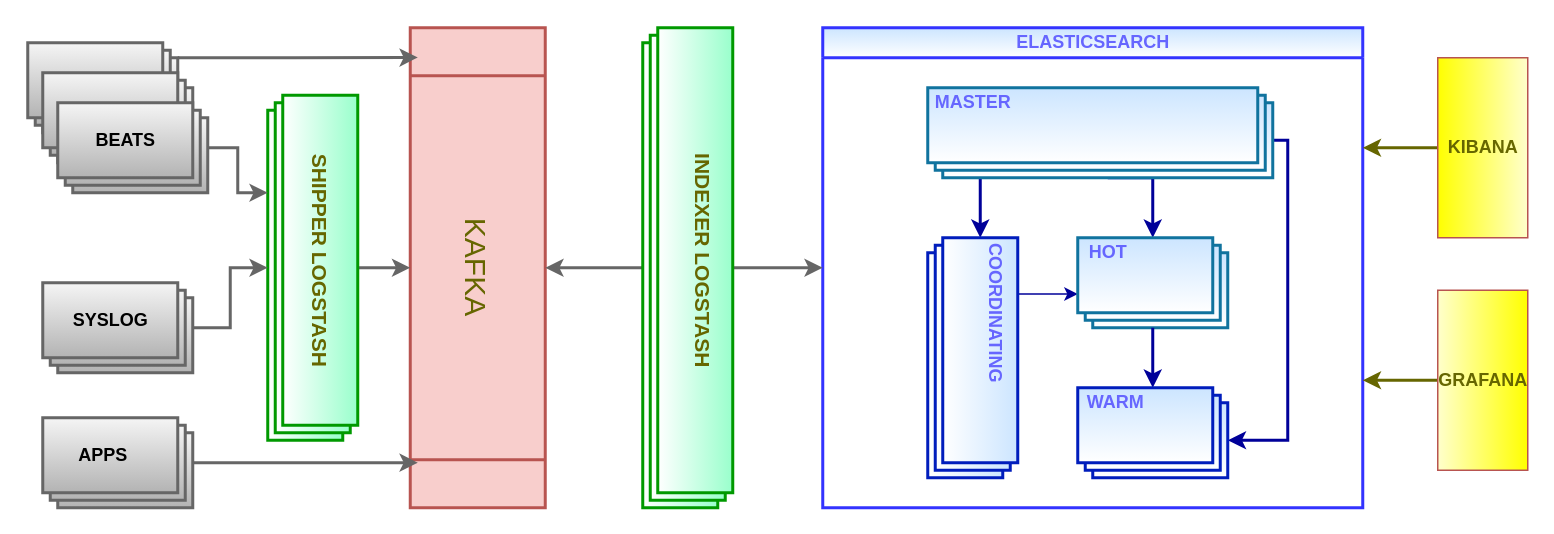
This is ELK with Kafka.drawio from iatalay/drawio-diagrams, a draw.io file, before an edit. Source tidied: cells renumbered, new cells numbered last; positions are measured from the earlier drawing's top-left corner, leaving out a move shared by most shapes. Both pictures are drawn from the tidied source at 150%, with x=0, y=0 at pixel (27, 27).
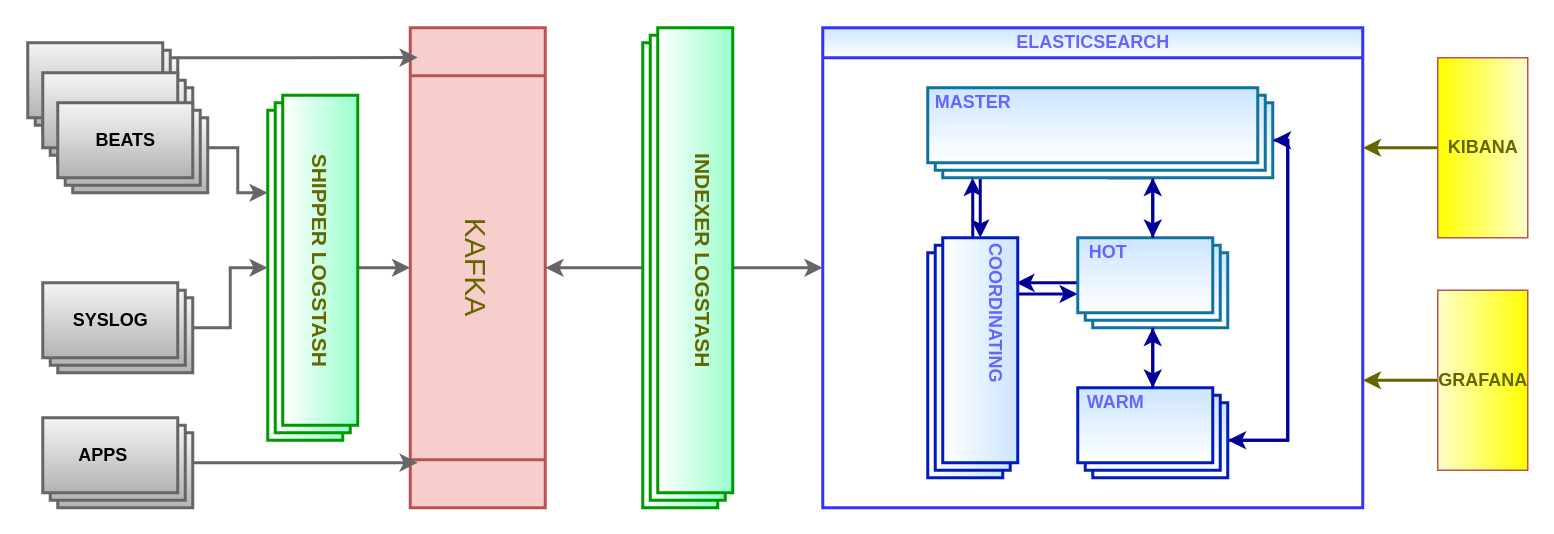
Above is the later version.

The change refers to these unchanged cells:
```xml
<mxCell id="3" value="ELASTICSEARCH" style="swimlane;html=1;startSize=20;horizontal=1;containerType=tree;labelBackgroundColor=none;fillColor=#cce5ff;rounded=0;shadow=0;sketch=0;gradientColor=#ffffff;swimlaneFillColor=none;strokeColor=#3333FF;strokeWidth=2;fontColor=#6666FF;" parent="1" vertex="1">
  <mxGeometry x="530" width="360" height="320" as="geometry" />
</mxCell>
<mxCell id="7" style="verticalLabelPosition=bottom;verticalAlign=top;html=1;shape=mxgraph.basic.layered_rect;dx=10;outlineConnect=0;labelBackgroundColor=none;labelBorderColor=none;strokeColor=#10739e;strokeWidth=2;fillColor=#CCE5FF;gradientColor=#ffffff;fontStyle=1;fontColor=#6666FF;" parent="3" vertex="1">
  <mxGeometry x="70" y="40" width="230" height="60" as="geometry" />
</mxCell>
<mxCell id="9" style="verticalLabelPosition=bottom;verticalAlign=top;html=1;shape=mxgraph.basic.layered_rect;dx=10;outlineConnect=0;labelBackgroundColor=none;fontColor=#ffffff;labelBorderColor=none;direction=south;strokeColor=#001DBC;strokeWidth=2;fillColor=#CCE5FF;gradientColor=#ffffff;" parent="3" vertex="1">
  <mxGeometry x="70" y="140" width="60" height="160" as="geometry" />
</mxCell>
<mxCell id="10" style="verticalLabelPosition=bottom;verticalAlign=top;html=1;shape=mxgraph.basic.layered_rect;dx=10;outlineConnect=0;labelBackgroundColor=none;strokeColor=#10739e;strokeWidth=2;fillColor=#CCE5FF;gradientColor=#ffffff;" parent="3" vertex="1">
  <mxGeometry x="170" y="140" width="100" height="60" as="geometry" />
</mxCell>
<mxCell id="12" style="verticalLabelPosition=bottom;verticalAlign=top;html=1;shape=mxgraph.basic.layered_rect;dx=10;outlineConnect=0;labelBackgroundColor=none;fontColor=#ffffff;strokeWidth=2;strokeColor=#001DBC;fillColor=#CCE5FF;gradientColor=#ffffff;" parent="3" vertex="1">
  <mxGeometry x="170" y="240" width="100" height="60" as="geometry" />
</mxCell>
```

The edit, as a diff of the source:
```diff
@@
-    <mxCell id="8" style="edgeStyle=orthogonalEdgeStyle;rounded=0;jettySize=auto;html=1;exitX=0;exitY=0;exitDx=37.5;exitDy=0;exitPerimeter=0;entryX=0;entryY=0;entryDx=0;entryDy=37.5;entryPerimeter=0;fontColor=#FF3333;strokeColor=#000099;" parent="3" edge="1" source="9" target="10">
+    <mxCell id="8" style="edgeStyle=orthogonalEdgeStyle;rounded=0;jettySize=auto;html=1;exitX=0;exitY=0;exitDx=37.5;exitDy=0;exitPerimeter=0;entryX=0;entryY=0;entryDx=0;entryDy=37.5;entryPerimeter=0;fontColor=#FF3333;strokeColor=#000099;strokeWidth=2;" parent="3" edge="1" source="9" target="10">
       <mxGeometry relative="1" as="geometry" />
     </mxCell>
+    <mxCell id="40" style="edgeStyle=orthogonalEdgeStyle;rounded=0;jettySize=auto;html=1;entryX=0.13;entryY=1;entryDx=0;entryDy=0;entryPerimeter=0;strokeWidth=2;fontSize=14;fontColor=#000099;strokeColor=#000099;" parent="3" edge="1" source="9" target="7">
+      <mxGeometry relative="1" as="geometry" />
+    </mxCell>
@@
+    <mxCell id="41" style="edgeStyle=orthogonalEdgeStyle;rounded=0;jettySize=auto;html=1;entryX=0.188;entryY=0.017;entryDx=0;entryDy=0;entryPerimeter=0;strokeColor=#000099;strokeWidth=2;fontSize=14;fontColor=#000099;" parent="3" edge="1" source="10" target="9">
+      <mxGeometry relative="1" as="geometry" />
+    </mxCell>
@@
-    <mxCell id="11" style="edgeStyle=orthogonalEdgeStyle;rounded=0;jettySize=auto;html=1;strokeColor=#000099;strokeWidth=2;" parent="3" edge="1" source="10" target="12">
+    <mxCell id="11" style="edgeStyle=orthogonalEdgeStyle;rounded=0;jettySize=auto;html=1;strokeColor=#000099;strokeWidth=2;fontColor=#000099;" parent="3" edge="1" source="10" target="12">
       <mxGeometry relative="1" as="geometry" />
     </mxCell>
+    <mxCell id="42" style="edgeStyle=orthogonalEdgeStyle;rounded=0;jettySize=auto;html=1;exitX=0;exitY=0;exitDx=100;exitDy=35;exitPerimeter=0;entryX=0;entryY=0;entryDx=230;entryDy=35;entryPerimeter=0;strokeColor=#000099;strokeWidth=2;fontSize=14;fontColor=#000099;" parent="3" edge="1" source="12" target="7">
+      <mxGeometry relative="1" as="geometry">
+        <Array as="points">
+          <mxPoint x="310" y="275" />
+          <mxPoint x="310" y="75" />
+        </Array>
+      </mxGeometry>
+    </mxCell>
@@
+    <mxCell id="43" style="edgeStyle=orthogonalEdgeStyle;rounded=0;jettySize=auto;html=1;strokeWidth=2;fontSize=14;fontColor=#000099;strokeColor=#000099;" parent="1" edge="1" source="10">
+      <mxGeometry relative="1" as="geometry">
+        <mxPoint x="750" y="100" as="targetPoint" />
+      </mxGeometry>
+    </mxCell>
+    <mxCell id="44" style="edgeStyle=orthogonalEdgeStyle;rounded=0;jettySize=auto;html=1;strokeWidth=2;fontSize=14;fontColor=#000099;strokeColor=#000099;" parent="1" edge="1" source="12">
+      <mxGeometry relative="1" as="geometry">
+        <mxPoint x="750" y="200" as="targetPoint" />
+      </mxGeometry>
+    </mxCell>
```
